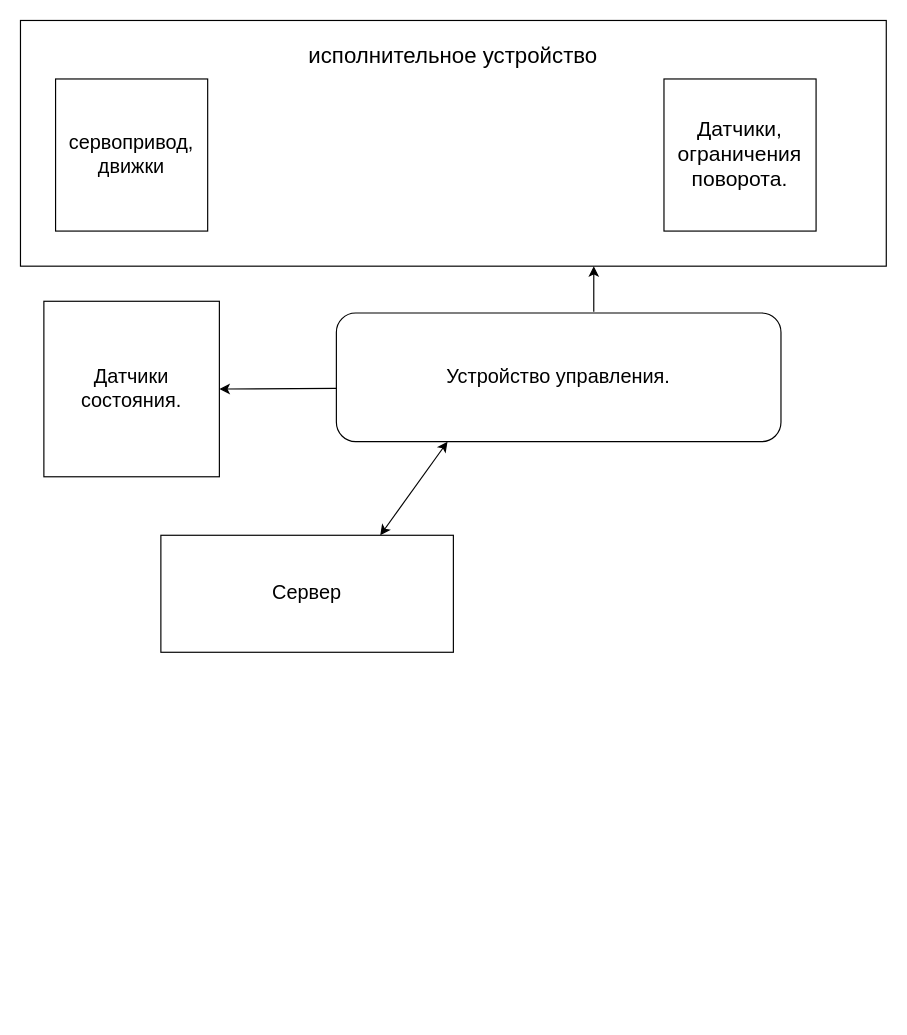
Above: presentation/Untitled Diagram.drawio in 1779x1785/kvantorium_project (draw.io), before the change. Source tidied: cells renumbered, new cells numbered last; positions are measured from the earlier drawing's top-left corner, leaving out a move shared by most shapes. Both pictures are drawn from the tidied source at 117%, with x=0, y=0 at pixel (20, 20).
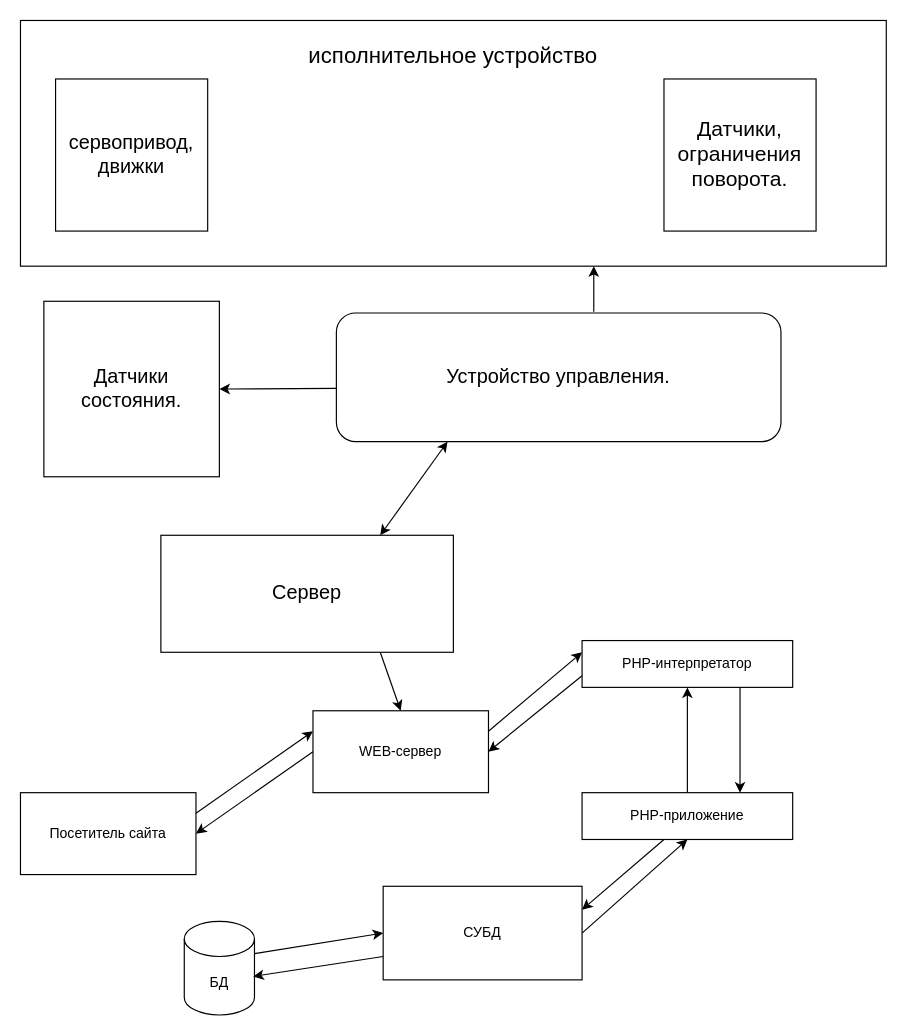
Above is the later version.

Unchanged cells that the change refers to:
```xml
<mxCell id="10" value="&lt;font style=&quot;font-size: 17px&quot;&gt;Сервер&lt;/font&gt;" style="rounded=0;whiteSpace=wrap;html=1;" parent="1" vertex="1">
  <mxGeometry x="120" y="440" width="250" height="100" as="geometry" />
</mxCell>
```

Diff of the diagram source:
```diff
@@
+    <mxCell id="12" value="PHP-интерпретатор" style="rounded=0;whiteSpace=wrap;html=1;" parent="1" vertex="1">
+      <mxGeometry x="480" y="530" width="180" height="40" as="geometry" />
+    </mxCell>
+    <mxCell id="13" value="WEB-сервер" style="rounded=0;whiteSpace=wrap;html=1;" parent="1" vertex="1">
+      <mxGeometry x="250" y="590" width="150" height="70" as="geometry" />
+    </mxCell>
+    <mxCell id="14" value="Посетитель сайта" style="rounded=0;whiteSpace=wrap;html=1;" parent="1" vertex="1">
+      <mxGeometry y="660" width="150" height="70" as="geometry" />
+    </mxCell>
+    <mxCell id="15" value="PHP-приложение" style="rounded=0;whiteSpace=wrap;html=1;" parent="1" vertex="1">
+      <mxGeometry x="480" y="660" width="180" height="40" as="geometry" />
+    </mxCell>
+    <mxCell id="16" value="СУБД" style="rounded=0;whiteSpace=wrap;html=1;" parent="1" vertex="1">
+      <mxGeometry x="310" y="740" width="170" height="80" as="geometry" />
+    </mxCell>
+    <mxCell id="17" value="БД" style="shape=cylinder3;whiteSpace=wrap;html=1;boundedLbl=1;backgroundOutline=1;size=15;" parent="1" vertex="1">
+      <mxGeometry x="140" y="770" width="60" height="80" as="geometry" />
+    </mxCell>
+    <mxCell id="18" style="endArrow=classic;html=1;exitX=0;exitY=0.5;exitDx=0;exitDy=0;entryX=1;entryY=0.5;entryDx=0;entryDy=0;" parent="1" edge="1" source="13" target="14">
+      <mxGeometry relative="1" as="geometry" />
+    </mxCell>
+    <mxCell id="19" style="endArrow=classic;html=1;exitX=1;exitY=0.25;exitDx=0;exitDy=0;entryX=0;entryY=0.25;entryDx=0;entryDy=0;" parent="1" edge="1" source="13" target="12">
+      <mxGeometry relative="1" as="geometry" />
+    </mxCell>
+    <mxCell id="20" style="endArrow=classic;html=1;exitX=1;exitY=0.25;exitDx=0;exitDy=0;entryX=0;entryY=0.25;entryDx=0;entryDy=0;" parent="1" edge="1" source="14" target="13">
+      <mxGeometry relative="1" as="geometry" />
+    </mxCell>
+    <mxCell id="21" style="endArrow=classic;html=1;entryX=1;entryY=0.5;entryDx=0;entryDy=0;exitX=0;exitY=0.75;exitDx=0;exitDy=0;" parent="1" edge="1" source="12" target="13">
+      <mxGeometry relative="1" as="geometry" />
+    </mxCell>
+    <mxCell id="22" style="endArrow=classic;html=1;entryX=0.75;entryY=0;entryDx=0;entryDy=0;exitX=0.75;exitY=1;exitDx=0;exitDy=0;" parent="1" edge="1" source="12" target="15">
+      <mxGeometry relative="1" as="geometry" />
+    </mxCell>
+    <mxCell id="23" style="endArrow=classic;html=1;entryX=0.5;entryY=1;entryDx=0;entryDy=0;exitX=0.5;exitY=0;exitDx=0;exitDy=0;" parent="1" edge="1" source="15" target="12">
+      <mxGeometry relative="1" as="geometry" />
+    </mxCell>
+    <mxCell id="24" style="endArrow=classic;html=1;entryX=1;entryY=0.25;entryDx=0;entryDy=0;" parent="1" edge="1" target="16">
+      <mxGeometry relative="1" as="geometry">
+        <mxPoint x="550" y="700" as="sourcePoint" />
+      </mxGeometry>
+    </mxCell>
+    <mxCell id="25" style="endArrow=classic;html=1;entryX=0.5;entryY=1;entryDx=0;entryDy=0;exitX=1;exitY=0.5;exitDx=0;exitDy=0;" parent="1" edge="1" source="16" target="15">
+      <mxGeometry relative="1" as="geometry" />
+    </mxCell>
+    <mxCell id="26" style="endArrow=classic;html=1;entryX=0.983;entryY=0.588;entryDx=0;entryDy=0;entryPerimeter=0;exitX=0;exitY=0.75;exitDx=0;exitDy=0;" parent="1" edge="1" source="16" target="17">
+      <mxGeometry relative="1" as="geometry" />
+    </mxCell>
+    <mxCell id="27" style="endArrow=classic;html=1;entryX=0;entryY=0.5;entryDx=0;entryDy=0;exitX=1;exitY=0;exitDx=0;exitDy=27.5;exitPerimeter=0;" parent="1" edge="1" source="17" target="16">
+      <mxGeometry relative="1" as="geometry" />
+    </mxCell>
+    <mxCell id="28" style="endArrow=classic;html=1;entryX=0.5;entryY=0;entryDx=0;entryDy=0;exitX=0.75;exitY=1;exitDx=0;exitDy=0;" parent="1" edge="1" source="10" target="13">
+      <mxGeometry relative="1" as="geometry" />
+    </mxCell>
```
